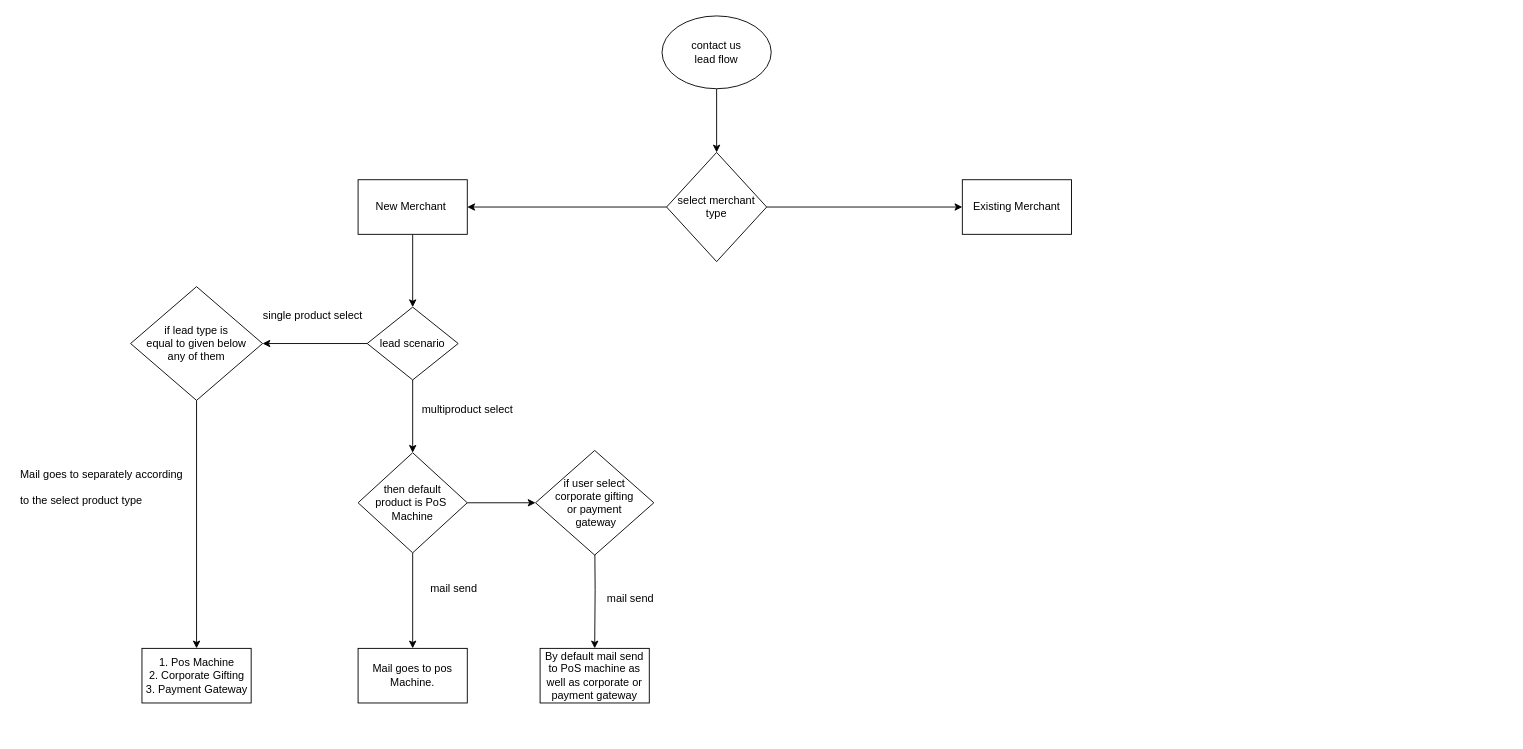
The draw.io diagram contact flow.drawio in 1AbhishekS/Flow-chart, before the edit. Source tidied: cells renumbered, new cells numbered last; positions are measured from the earlier drawing's top-left corner, leaving out a move shared by most shapes. Both pictures are drawn from the tidied source at 91%, with x=0, y=0 at pixel (15, 15).
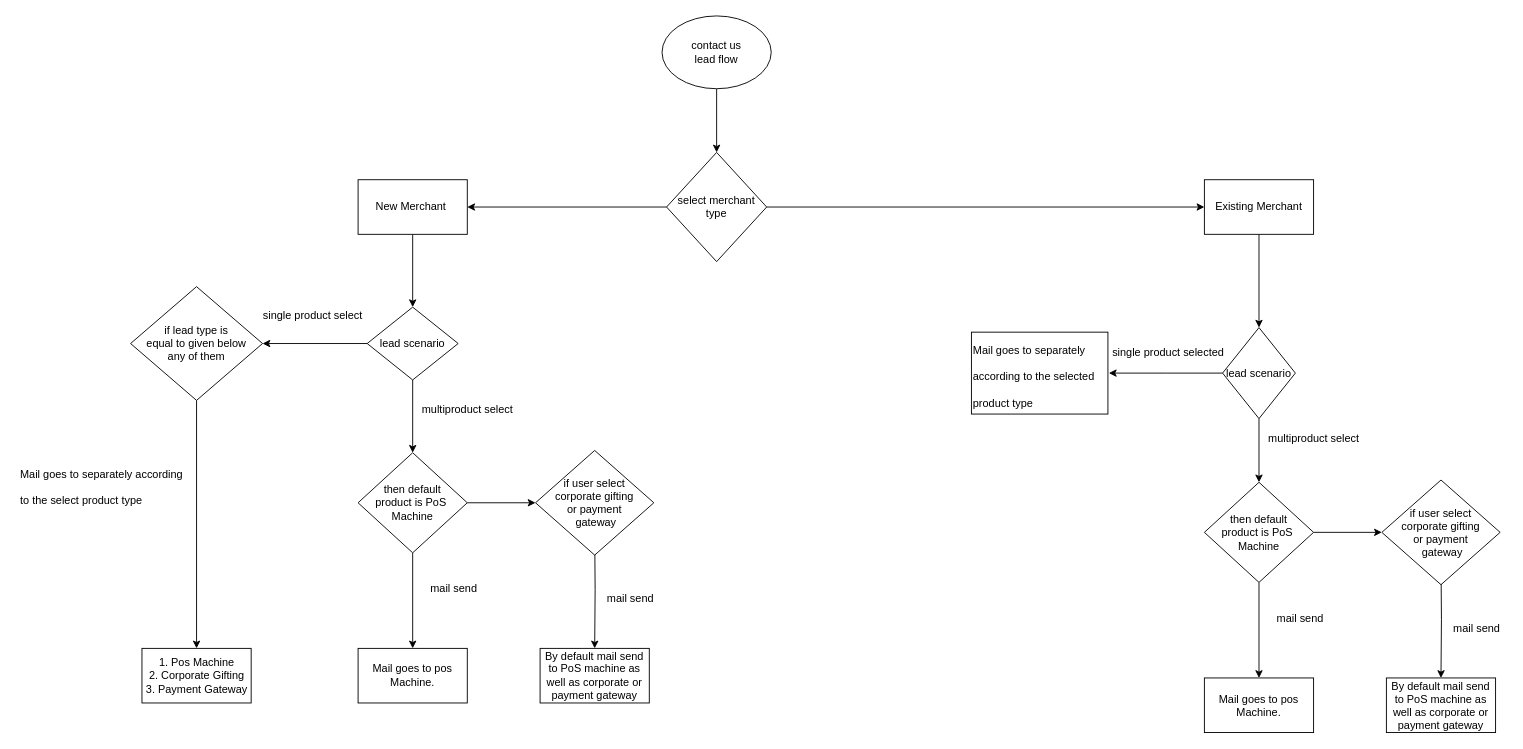
After the change.

The edit, as a diff of the source:
```diff
@@
+    <mxCell id="28" style="edgeStyle=orthogonalEdgeStyle;rounded=0;jettySize=auto;html=1;" parent="1" edge="1" source="9" target="31">
+      <mxGeometry relative="1" as="geometry" />
+    </mxCell>
     <mxCell id="9" value="Existing Merchant" style="whiteSpace=wrap;html=1;" parent="1" vertex="1">
-      <mxGeometry x="1040" y="180" width="120" height="60" as="geometry" />
+      <mxGeometry x="1306" y="180" width="120" height="60" as="geometry" />
     </mxCell>
@@
+    <mxCell id="29" style="edgeStyle=orthogonalEdgeStyle;rounded=0;jettySize=auto;html=1;" parent="1" edge="1" source="31">
+      <mxGeometry relative="1" as="geometry">
+        <mxPoint x="1201" y="392.5" as="targetPoint" />
+      </mxGeometry>
+    </mxCell>
+    <mxCell id="30" style="edgeStyle=orthogonalEdgeStyle;rounded=0;jettySize=auto;html=1;" parent="1" edge="1" source="31" target="36">
+      <mxGeometry relative="1" as="geometry" />
+    </mxCell>
+    <mxCell id="31" value="lead scenario" style="rhombus;whiteSpace=wrap;html=1;direction=south;" parent="1" vertex="1">
+      <mxGeometry x="1326" y="342.5" width="80" height="100" as="geometry" />
+    </mxCell>
+    <mxCell id="32" value="single product selected" style="text;html=1;align=center;verticalAlign=middle;" parent="1" vertex="1">
+      <mxGeometry x="1196" y="360" width="140" height="20" as="geometry" />
+    </mxCell>
+    <mxCell id="33" value="&lt;h1&gt;&lt;span style=&quot;font-size: 12px ; font-weight: 400 ; line-height: 90%&quot;&gt;Mail goes to separately according to the selected product type&lt;/span&gt;&lt;/h1&gt;" style="whiteSpace=wrap;html=1;align=left;" parent="1" vertex="1">
+      <mxGeometry x="1050" y="347.5" width="150" height="90" as="geometry" />
+    </mxCell>
+    <mxCell id="34" style="edgeStyle=orthogonalEdgeStyle;rounded=0;jettySize=auto;html=1;" parent="1" edge="1" source="36" target="38">
+      <mxGeometry relative="1" as="geometry" />
+    </mxCell>
+    <mxCell id="35" style="edgeStyle=orthogonalEdgeStyle;rounded=0;jettySize=auto;html=1;entryX=0;entryY=0.5;entryDx=0;entryDy=0;" parent="1" edge="1" source="36" target="41">
+      <mxGeometry relative="1" as="geometry" />
+    </mxCell>
+    <mxCell id="36" value="then default&lt;br&gt;product is PoS&amp;nbsp;&lt;br&gt;Machine" style="rhombus;whiteSpace=wrap;html=1;" parent="1" vertex="1">
+      <mxGeometry x="1306" y="512.5" width="120" height="110" as="geometry" />
+    </mxCell>
+    <mxCell id="37" value="multiproduct select" style="text;html=1;align=center;verticalAlign=middle;" parent="1" vertex="1">
+      <mxGeometry x="1366" y="455" width="120" height="20" as="geometry" />
+    </mxCell>
+    <mxCell id="38" value="Mail goes to pos Machine." style="whiteSpace=wrap;html=1;" parent="1" vertex="1">
+      <mxGeometry x="1306" y="727.5" width="120" height="60" as="geometry" />
+    </mxCell>
+    <mxCell id="39" style="edgeStyle=orthogonalEdgeStyle;rounded=0;jettySize=auto;html=1;" parent="1" edge="1" target="40">
+      <mxGeometry relative="1" as="geometry">
+        <mxPoint x="1566" y="597.5" as="sourcePoint" />
+      </mxGeometry>
+    </mxCell>
+    <mxCell id="40" value="By default mail send to PoS machine as well as corporate or payment gateway" style="whiteSpace=wrap;html=1;" parent="1" vertex="1">
+      <mxGeometry x="1506" y="727.5" width="120" height="60" as="geometry" />
+    </mxCell>
+    <mxCell id="41" value="&lt;span&gt;if user select &lt;br&gt;corporate gifting &lt;br&gt;or payment&lt;br&gt;&amp;nbsp;gateway&lt;/span&gt;" style="rhombus;whiteSpace=wrap;html=1;" parent="1" vertex="1">
+      <mxGeometry x="1501" y="510" width="130" height="115" as="geometry" />
+    </mxCell>
+    <mxCell id="42" value="mail send" style="text;html=1;align=center;verticalAlign=middle;" parent="1" vertex="1">
+      <mxGeometry x="1376" y="652.5" width="70" height="20" as="geometry" />
+    </mxCell>
+    <mxCell id="43" value="mail send" style="text;html=1;align=center;verticalAlign=middle;" parent="1" vertex="1">
+      <mxGeometry x="1570" y="662.5" width="70" height="20" as="geometry" />
+    </mxCell>
```
